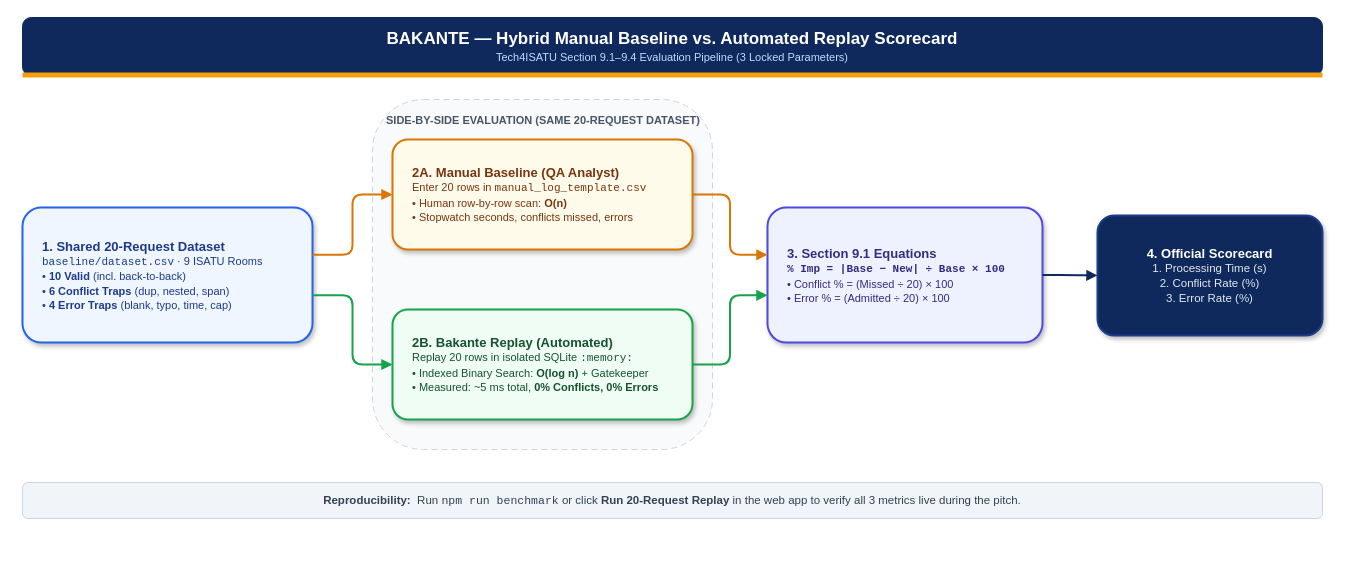
This is page "3. 3-Way Scorecard Flow" (3 of 3) of Bakante.drawio from jrrddev/Bakante, a draw.io file, before an edit. Source tidied: cells renumbered, new cells numbered last; positions are measured from the earlier drawing's top-left corner, leaving out a move shared by most shapes. Both pictures are drawn from the tidied source at 100%, with x=0, y=0 at pixel (22, 17).
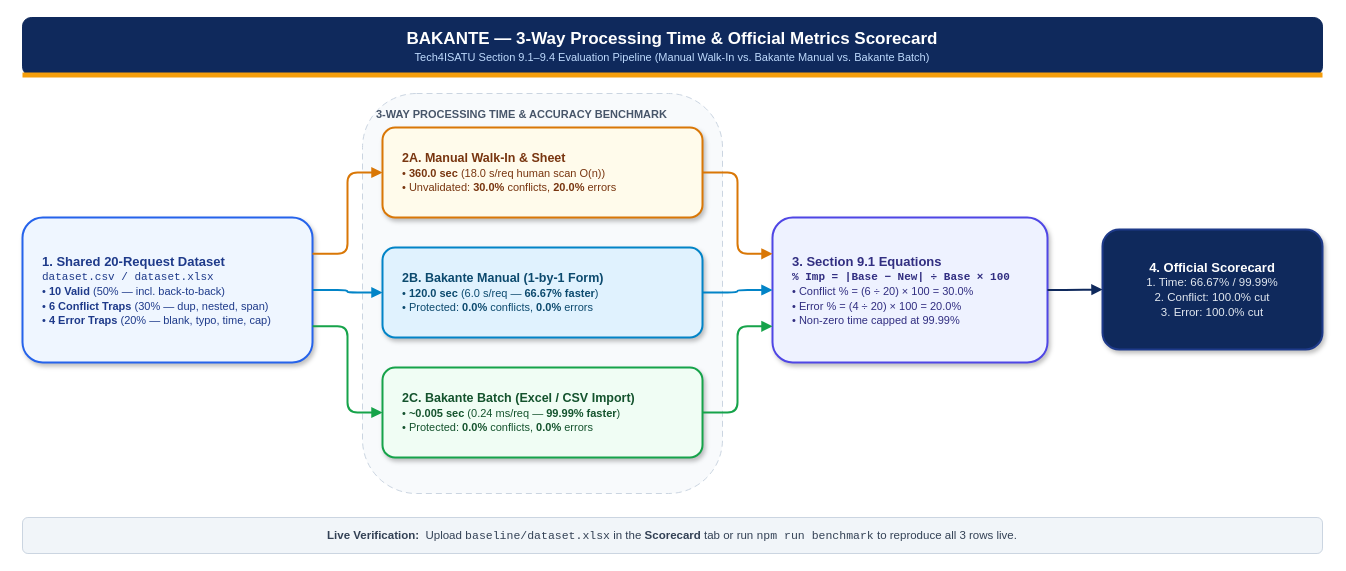
After the change.

The edit, as a diff of the source:
```diff
@@
 <mxGraphModel>
   <root>
     <mxCell id="0" />
     <mxCell id="1" parent="0" />
-    <mxCell id="2" value="SIDE-BY-SIDE EVALUATION (SAME 20-REQUEST DATASET)" style="rounded=1;whiteSpace=wrap;html=1;verticalAlign=top;align=left;spacingLeft=12;spacingTop=8;fillColor=#f8fafc;strokeColor=#cbd5e1;dashed=1;dashPattern=6 4;fontColor=#475569;fontSize=11;fontStyle=1;" parent="1" vertex="1">
-      <mxGeometry x="350" y="82" width="340" height="350" as="geometry" />
+    <mxCell id="2" value="3-WAY PROCESSING TIME &amp; ACCURACY BENCHMARK" style="rounded=1;whiteSpace=wrap;html=1;verticalAlign=top;align=left;spacingLeft=12;spacingTop=8;fillColor=#f8fafc;strokeColor=#cbd5e1;dashed=1;dashPattern=6 4;fontColor=#475569;fontSize=11;fontStyle=1;" parent="1" vertex="1">
+      <mxGeometry x="340" y="76" width="360" height="400" as="geometry" />
     </mxCell>
-    <mxCell id="3" value="&lt;b style=&quot;font-size:17px;&quot;&gt;BAKANTE — Hybrid Manual Baseline vs. Automated Replay Scorecard&lt;/b&gt;&lt;br/&gt;&lt;span style=&quot;font-size:11px;color:#bfdbfe;&quot;&gt;Tech4ISATU Section 9.1–9.4 Evaluation Pipeline (3 Locked Parameters)&lt;/span&gt;" style="rounded=1;whiteSpace=wrap;html=1;fillColor=#0f295c;strokeColor=#0f295c;fontColor=#ffffff;spacing=6;" parent="1" vertex="1">
+    <mxCell id="3" value="&lt;b style=&quot;font-size:17px;&quot;&gt;BAKANTE — 3-Way Processing Time &amp; Official Metrics Scorecard&lt;/b&gt;&lt;br/&gt;&lt;span style=&quot;font-size:11px;color:#bfdbfe;&quot;&gt;Tech4ISATU Section 9.1–9.4 Evaluation Pipeline (Manual Walk-In vs. Bakante Manual vs. Bakante Batch)&lt;/span&gt;" style="rounded=1;whiteSpace=wrap;html=1;fillColor=#0f295c;strokeColor=#0f295c;fontColor=#ffffff;spacing=6;" parent="1" vertex="1">
       <mxGeometry width="1300" height="58" as="geometry" />
     </mxCell>
     <mxCell id="4" style="rounded=0;whiteSpace=wrap;html=1;fillColor=#f59e0b;strokeColor=none;" parent="1" vertex="1">
       <mxGeometry y="55" width="1300" height="5" as="geometry" />
     </mxCell>
-    <mxCell id="5" value="&lt;b style=&quot;font-size:13px;&quot;&gt;1. Shared 20-Request Dataset&lt;/b&gt;&lt;br/&gt;&lt;span style=&quot;font-size:11px;&quot;&gt;&lt;font face=&quot;Courier New&quot;&gt;baseline/dataset.csv&lt;/font&gt; · 9 ISATU Rooms&lt;br/&gt;• &lt;b&gt;10 Valid&lt;/b&gt; (incl. back-to-back)&lt;br/&gt;• &lt;b&gt;6 Conflict Traps&lt;/b&gt; (dup, nested, span)&lt;br/&gt;• &lt;b&gt;4 Error Traps&lt;/b&gt; (blank, typo, time, cap)&lt;/span&gt;" style="rounded=1;whiteSpace=wrap;html=1;arcSize=14;fillColor=#eff6ff;strokeColor=#2563eb;strokeWidth=2;fontColor=#1e3a8a;shadow=1;spacing=8;align=left;spacingLeft=12;" parent="1" vertex="1">
-      <mxGeometry y="190" width="290" height="135" as="geometry" />
+    <mxCell id="5" value="&lt;b style=&quot;font-size:13px;&quot;&gt;1. Shared 20-Request Dataset&lt;/b&gt;&lt;br/&gt;&lt;span style=&quot;font-size:11px;&quot;&gt;&lt;font face=&quot;Courier New&quot;&gt;dataset.csv / dataset.xlsx&lt;/font&gt;&lt;br/&gt;• &lt;b&gt;10 Valid&lt;/b&gt; (50% — incl. back-to-back)&lt;br/&gt;• &lt;b&gt;6 Conflict Traps&lt;/b&gt; (30% — dup, nested, span)&lt;br/&gt;• &lt;b&gt;4 Error Traps&lt;/b&gt; (20% — blank, typo, time, cap)&lt;/span&gt;" style="rounded=1;whiteSpace=wrap;html=1;arcSize=14;fillColor=#eff6ff;strokeColor=#2563eb;strokeWidth=2;fontColor=#1e3a8a;shadow=1;spacing=8;align=left;spacingLeft=12;" parent="1" vertex="1">
+      <mxGeometry y="200" width="290" height="145" as="geometry" />
     </mxCell>
-    <mxCell id="6" value="&lt;b style=&quot;font-size:13px;&quot;&gt;2A. Manual Baseline (QA Analyst)&lt;/b&gt;&lt;br/&gt;&lt;span style=&quot;font-size:11px;&quot;&gt;Enter 20 rows in &lt;font face=&quot;Courier New&quot;&gt;manual_log_template.csv&lt;/font&gt;&lt;br/&gt;• Human row-by-row scan: &lt;b&gt;O(n)&lt;/b&gt;&lt;br/&gt;• Stopwatch seconds, conflicts missed, errors&lt;/span&gt;" style="rounded=1;whiteSpace=wrap;html=1;arcSize=14;fillColor=#fffbeb;strokeColor=#d97706;strokeWidth=2;fontColor=#78350f;shadow=1;spacing=8;align=left;spacingLeft=12;" parent="1" vertex="1">
-      <mxGeometry x="370" y="122" width="300" height="110" as="geometry" />
+    <mxCell id="6" value="&lt;b style=&quot;font-size:12.5px;&quot;&gt;2A. Manual Walk-In &amp;amp; Sheet&lt;/b&gt;&lt;br/&gt;&lt;span style=&quot;font-size:11px;&quot;&gt;• &lt;b&gt;360.0 sec&lt;/b&gt; (18.0 s/req human scan O(n))&lt;br/&gt;• Unvalidated: &lt;b&gt;30.0%&lt;/b&gt; conflicts, &lt;b&gt;20.0%&lt;/b&gt; errors&lt;/span&gt;" style="rounded=1;whiteSpace=wrap;html=1;arcSize=14;fillColor=#fffbeb;strokeColor=#d97706;strokeWidth=2;fontColor=#78350f;shadow=1;spacing=8;align=left;spacingLeft=12;" parent="1" vertex="1">
+      <mxGeometry x="360" y="110" width="320" height="90" as="geometry" />
     </mxCell>
+    <mxCell id="16" value="&lt;b style=&quot;font-size:12.5px;&quot;&gt;2B. Bakante Manual (1-by-1 Form)&lt;/b&gt;&lt;br/&gt;&lt;span style=&quot;font-size:11px;&quot;&gt;• &lt;b&gt;120.0 sec&lt;/b&gt; (6.0 s/req — &lt;b&gt;66.67% faster&lt;/b&gt;)&lt;br/&gt;• Protected: &lt;b&gt;0.0%&lt;/b&gt; conflicts, &lt;b&gt;0.0%&lt;/b&gt; errors&lt;/span&gt;" style="rounded=1;whiteSpace=wrap;html=1;arcSize=14;fillColor=#e0f2fe;strokeColor=#0284c7;strokeWidth=2;fontColor=#0c4a6e;shadow=1;spacing=8;align=left;spacingLeft=12;" parent="1" vertex="1">
+      <mxGeometry x="360" y="230" width="320" height="90" as="geometry" />
+    </mxCell>
-    <mxCell id="7" value="&lt;b style=&quot;font-size:13px;&quot;&gt;2B. Bakante Replay (Automated)&lt;/b&gt;&lt;br/&gt;&lt;span style=&quot;font-size:11px;&quot;&gt;Replay 20 rows in isolated SQLite &lt;font face=&quot;Courier New&quot;&gt;:memory:&lt;/font&gt;&lt;br/&gt;• Indexed Binary Search: &lt;b&gt;O(log n)&lt;/b&gt; + Gatekeeper&lt;br/&gt;• Measured: ~5 ms total, &lt;b&gt;0% Conflicts, 0% Errors&lt;/b&gt;&lt;/span&gt;" style="rounded=1;whiteSpace=wrap;html=1;arcSize=14;fillColor=#f0fdf4;strokeColor=#16a34a;strokeWidth=2;fontColor=#14532d;shadow=1;spacing=8;align=left;spacingLeft=12;" parent="1" vertex="1">
-      <mxGeometry x="370" y="292" width="300" height="110" as="geometry" />
+    <mxCell id="7" value="&lt;b style=&quot;font-size:12.5px;&quot;&gt;2C. Bakante Batch (Excel / CSV Import)&lt;/b&gt;&lt;br/&gt;&lt;span style=&quot;font-size:11px;&quot;&gt;• &lt;b&gt;~0.005 sec&lt;/b&gt; (0.24 ms/req — &lt;b&gt;99.99% faster&lt;/b&gt;)&lt;br/&gt;• Protected: &lt;b&gt;0.0%&lt;/b&gt; conflicts, &lt;b&gt;0.0%&lt;/b&gt; errors&lt;/span&gt;" style="rounded=1;whiteSpace=wrap;html=1;arcSize=14;fillColor=#f0fdf4;strokeColor=#16a34a;strokeWidth=2;fontColor=#14532d;shadow=1;spacing=8;align=left;spacingLeft=12;" parent="1" vertex="1">
+      <mxGeometry x="360" y="350" width="320" height="90" as="geometry" />
     </mxCell>
-    <mxCell id="8" value="&lt;b style=&quot;font-size:13px;&quot;&gt;3. Section 9.1 Equations&lt;/b&gt;&lt;br/&gt;&lt;b&gt;&lt;font face=&quot;Courier New&quot; style=&quot;font-size:11px;&quot;&gt;% Imp = |Base − New| ÷ Base × 100&lt;/font&gt;&lt;/b&gt;&lt;br/&gt;&lt;span style=&quot;font-size:11px;&quot;&gt;• Conflict % = (Missed ÷ 20) × 100&lt;br/&gt;• Error % = (Admitted ÷ 20) × 100&lt;/span&gt;" style="rounded=1;whiteSpace=wrap;html=1;arcSize=14;fillColor=#eef2ff;strokeColor=#4f46e5;strokeWidth=2;fontColor=#312e81;shadow=1;spacing=8;align=left;spacingLeft=12;" parent="1" vertex="1">
-      <mxGeometry x="745" y="190" width="275" height="135" as="geometry" />
+    <mxCell id="8" value="&lt;b style=&quot;font-size:13px;&quot;&gt;3. Section 9.1 Equations&lt;/b&gt;&lt;br/&gt;&lt;b&gt;&lt;font face=&quot;Courier New&quot; style=&quot;font-size:11px;&quot;&gt;% Imp = |Base − New| ÷ Base × 100&lt;/font&gt;&lt;/b&gt;&lt;br/&gt;&lt;span style=&quot;font-size:11px;&quot;&gt;• Conflict % = (6 ÷ 20) × 100 = 30.0%&lt;br/&gt;• Error % = (4 ÷ 20) × 100 = 20.0%&lt;br/&gt;• Non-zero time capped at 99.99%&lt;/span&gt;" style="rounded=1;whiteSpace=wrap;html=1;arcSize=14;fillColor=#eef2ff;strokeColor=#4f46e5;strokeWidth=2;fontColor=#312e81;shadow=1;spacing=8;align=left;spacingLeft=12;" parent="1" vertex="1">
+      <mxGeometry x="750" y="200" width="275" height="145" as="geometry" />
     </mxCell>
-    <mxCell id="9" value="&lt;b style=&quot;font-size:13px;&quot;&gt;4. Official Scorecard&lt;/b&gt;&lt;br/&gt;&lt;span style=&quot;font-size:11.5px;color:#e2e8f0;&quot;&gt;1. Processing Time (s)&lt;br/&gt;2. Conflict Rate (%)&lt;br/&gt;3. Error Rate (%)&lt;/span&gt;" style="rounded=1;whiteSpace=wrap;html=1;arcSize=14;fillColor=#0f295c;strokeColor=#1e3a8a;strokeWidth=2;fontColor=#ffffff;shadow=1;spacing=8;" parent="1" vertex="1">
-      <mxGeometry x="1075" y="198" width="225" height="120" as="geometry" />
+    <mxCell id="9" value="&lt;b style=&quot;font-size:13px;&quot;&gt;4. Official Scorecard&lt;/b&gt;&lt;br/&gt;&lt;span style=&quot;font-size:11.5px;color:#e2e8f0;&quot;&gt;1. Time: 66.67% / 99.99%&lt;br/&gt;2. Conflict: 100.0% cut&lt;br/&gt;3. Error: 100.0% cut&lt;/span&gt;" style="rounded=1;whiteSpace=wrap;html=1;arcSize=14;fillColor=#0f295c;strokeColor=#1e3a8a;strokeWidth=2;fontColor=#ffffff;shadow=1;spacing=8;" parent="1" vertex="1">
+      <mxGeometry x="1080" y="212" width="220" height="120" as="geometry" />
     </mxCell>
-    <mxCell id="10" value="&lt;b&gt;Reproducibility:&lt;/b&gt;&amp;nbsp;&amp;nbsp;Run &lt;font face=&quot;Courier New&quot;&gt;npm run benchmark&lt;/font&gt; or click &lt;b&gt;Run 20-Request Replay&lt;/b&gt; in the web app to verify all 3 metrics live during the pitch." style="rounded=1;whiteSpace=wrap;html=1;fillColor=#f1f5f9;strokeColor=#cbd5e1;fontColor=#334155;fontSize=11.5;" parent="1" vertex="1">
-      <mxGeometry y="465" width="1300" height="36" as="geometry" />
+    <mxCell id="10" value="&lt;b&gt;Live Verification:&lt;/b&gt;&amp;nbsp;&amp;nbsp;Upload &lt;font face=&quot;Courier New&quot;&gt;baseline/dataset.xlsx&lt;/font&gt; in the &lt;b&gt;Scorecard&lt;/b&gt; tab or run &lt;font face=&quot;Courier New&quot;&gt;npm run benchmark&lt;/font&gt; to reproduce all 3 rows live." style="rounded=1;whiteSpace=wrap;html=1;fillColor=#f1f5f9;strokeColor=#cbd5e1;fontColor=#334155;fontSize=11.5;" parent="1" vertex="1">
+      <mxGeometry y="500" width="1300" height="36" as="geometry" />
     </mxCell>
-    <mxCell id="11" style="edgeStyle=orthogonalEdgeStyle;rounded=1;html=1;strokeColor=#d97706;strokeWidth=2;endArrow=block;endFill=1;exitX=1;exitY=0.35;entryX=0;entryY=0.5;" parent="1" edge="1" source="5" target="6">
+    <mxCell id="11" style="edgeStyle=orthogonalEdgeStyle;rounded=1;html=1;strokeColor=#d97706;strokeWidth=2;endArrow=block;endFill=1;exitX=1;exitY=0.25;entryX=0;entryY=0.5;" parent="1" edge="1" source="5" target="6">
       <mxGeometry relative="1" as="geometry" />
     </mxCell>
-    <mxCell id="12" style="edgeStyle=orthogonalEdgeStyle;rounded=1;html=1;strokeColor=#16a34a;strokeWidth=2;endArrow=block;endFill=1;exitX=1;exitY=0.65;entryX=0;entryY=0.5;" parent="1" edge="1" source="5" target="7">
+    <mxCell id="12" style="edgeStyle=orthogonalEdgeStyle;rounded=1;html=1;strokeColor=#0284c7;strokeWidth=2;endArrow=block;endFill=1;exitX=1;exitY=0.5;entryX=0;entryY=0.5;" parent="1" edge="1" source="5" target="16">
       <mxGeometry relative="1" as="geometry" />
     </mxCell>
-    <mxCell id="13" style="edgeStyle=orthogonalEdgeStyle;rounded=1;html=1;strokeColor=#d97706;strokeWidth=2;endArrow=block;endFill=1;exitX=1;exitY=0.5;entryX=0;entryY=0.35;" parent="1" edge="1" source="6" target="8">
+    <mxCell id="13" style="edgeStyle=orthogonalEdgeStyle;rounded=1;html=1;strokeColor=#16a34a;strokeWidth=2;endArrow=block;endFill=1;exitX=1;exitY=0.75;entryX=0;entryY=0.5;" parent="1" edge="1" source="5" target="7">
       <mxGeometry relative="1" as="geometry" />
     </mxCell>
-    <mxCell id="14" style="edgeStyle=orthogonalEdgeStyle;rounded=1;html=1;strokeColor=#16a34a;strokeWidth=2;endArrow=block;endFill=1;exitX=1;exitY=0.5;entryX=0;entryY=0.65;" parent="1" edge="1" source="7" target="8">
+    <mxCell id="14" style="edgeStyle=orthogonalEdgeStyle;rounded=1;html=1;strokeColor=#d97706;strokeWidth=2;endArrow=block;endFill=1;exitX=1;exitY=0.5;entryX=0;entryY=0.25;" parent="1" edge="1" source="6" target="8">
       <mxGeometry relative="1" as="geometry" />
     </mxCell>
-    <mxCell id="15" style="edgeStyle=orthogonalEdgeStyle;rounded=1;html=1;strokeColor=#0f295c;strokeWidth=2;endArrow=block;endFill=1;" parent="1" edge="1" source="8" target="9">
+    <mxCell id="15" style="edgeStyle=orthogonalEdgeStyle;rounded=1;html=1;strokeColor=#0284c7;strokeWidth=2;endArrow=block;endFill=1;exitX=1;exitY=0.5;entryX=0;entryY=0.5;" parent="1" edge="1" source="16" target="8">
       <mxGeometry relative="1" as="geometry" />
     </mxCell>
+    <mxCell id="17" style="edgeStyle=orthogonalEdgeStyle;rounded=1;html=1;strokeColor=#16a34a;strokeWidth=2;endArrow=block;endFill=1;exitX=1;exitY=0.5;entryX=0;entryY=0.75;" parent="1" edge="1" source="7" target="8">
+      <mxGeometry relative="1" as="geometry" />
+    </mxCell>
+    <mxCell id="18" style="edgeStyle=orthogonalEdgeStyle;rounded=1;html=1;strokeColor=#0f295c;strokeWidth=2;endArrow=block;endFill=1;" parent="1" edge="1" source="8" target="9">
+      <mxGeometry relative="1" as="geometry" />
+    </mxCell>
   </root>
 </mxGraphModel>
```
